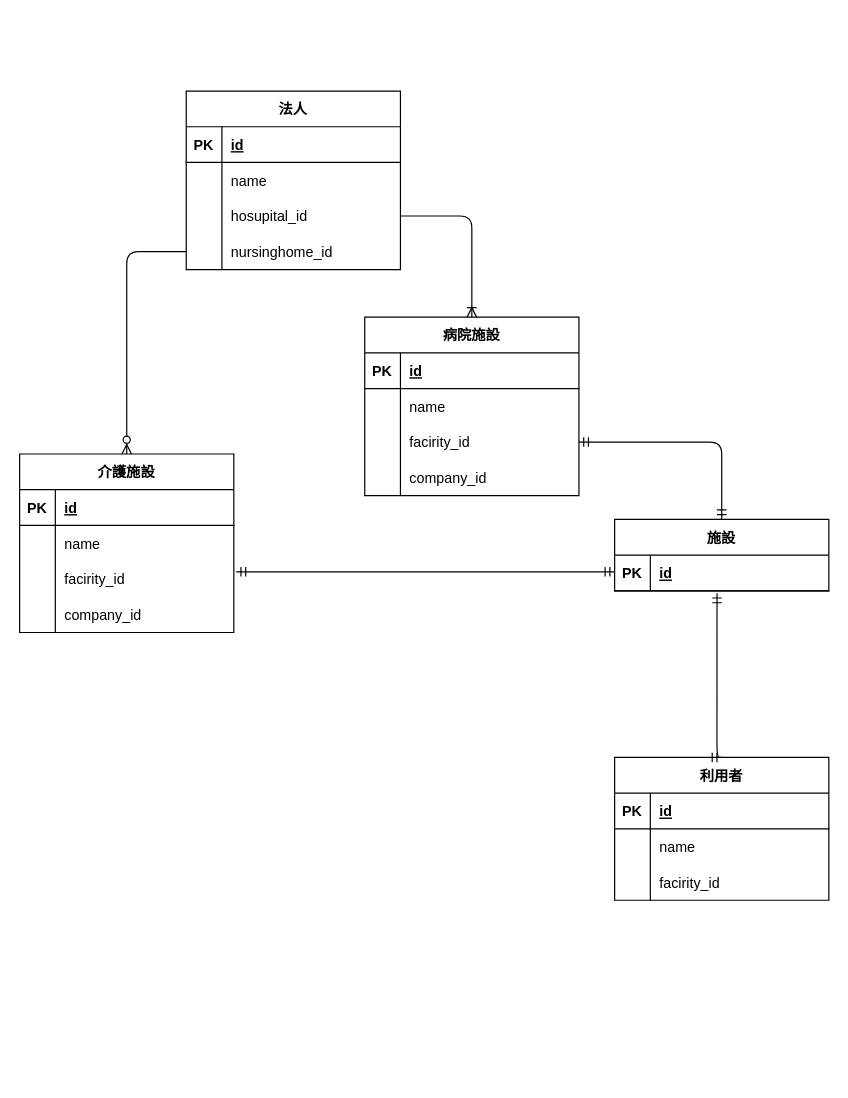
The draw.io diagram doc/er.drawio in naitoyuma3230/userflow-backend, before the edit. Source tidied: cells renumbered, new cells numbered last; positions are measured from the earlier drawing's top-left corner, leaving out a move shared by most shapes. Both pictures are drawn from the tidied source at 119%, with x=0, y=0 at pixel (19, 90).
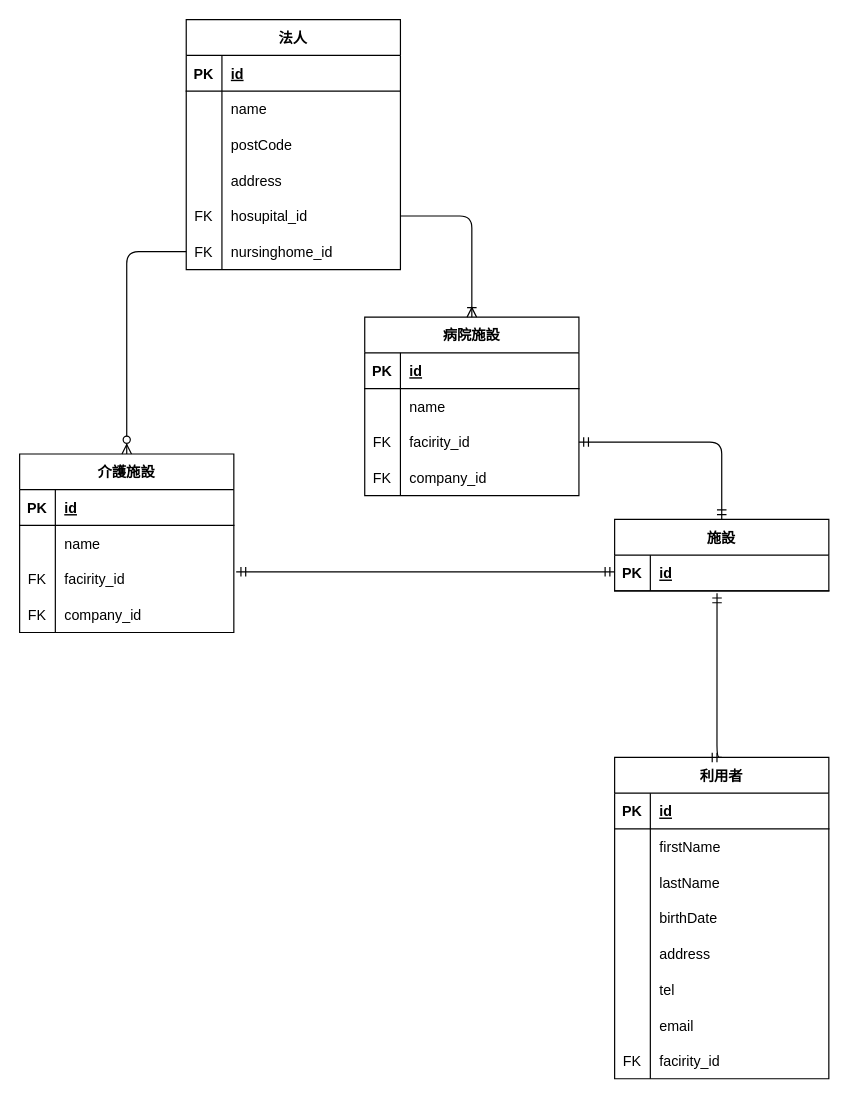
Above is the later version.

The change refers to these unchanged cells:
```xml
<mxCell id="9" style="shape=tableRow;horizontal=0;startSize=0;swimlaneHead=0;swimlaneBody=0;fillColor=none;points=[[0,0.5],[1,0.5]];portConstraint=eastwest;top=0;left=0;right=0;bottom=0;" parent="2" vertex="1">
  <mxGeometry y="90" width="180" height="30" as="geometry" />
</mxCell>
<mxCell id="12" style="shape=tableRow;horizontal=0;startSize=0;swimlaneHead=0;swimlaneBody=0;fillColor=none;top=0;left=0;right=0;bottom=0;" parent="2" vertex="1">
  <mxGeometry y="120" width="180" height="30" as="geometry" />
</mxCell>
<mxCell id="35" style="shape=tableRow;horizontal=0;startSize=0;swimlaneHead=0;swimlaneBody=0;fillColor=none;points=[[0,0.5],[1,0.5]];portConstraint=eastwest;top=0;left=0;right=0;bottom=0;" parent="28" vertex="1">
  <mxGeometry y="90" width="180" height="30" as="geometry" />
</mxCell>
<mxCell id="38" style="shape=tableRow;horizontal=0;startSize=0;swimlaneHead=0;swimlaneBody=0;fillColor=none;top=0;left=0;right=0;bottom=0;" parent="28" vertex="1">
  <mxGeometry y="120" width="180" height="30" as="geometry" />
</mxCell>
<mxCell id="45" style="shape=tableRow;horizontal=0;startSize=0;swimlaneHead=0;swimlaneBody=0;fillColor=none;top=0;left=0;right=0;bottom=0;" parent="41" vertex="1">
  <mxGeometry y="60" width="180" height="30" as="geometry" />
</mxCell>
```

What changed in the source:
```diff
@@
-    <mxCell id="10" style="shape=partialRectangle;fillColor=none;top=0;left=0;bottom=0;right=0;overflow=hidden;" parent="9" vertex="1">
+    <mxCell id="10" value="FK" style="shape=partialRectangle;fillColor=none;top=0;left=0;bottom=0;right=0;overflow=hidden;" parent="9" vertex="1">
       <mxGeometry width="30" height="30" as="geometry" />
     </mxCell>
@@
-    <mxCell id="13" style="shape=partialRectangle;fillColor=none;top=0;left=0;bottom=0;right=0;overflow=hidden;" parent="12" vertex="1">
+    <mxCell id="13" value="FK" style="shape=partialRectangle;fillColor=none;top=0;left=0;bottom=0;right=0;overflow=hidden;" parent="12" vertex="1">
       <mxGeometry width="30" height="30" as="geometry" />
     </mxCell>
@@
     <mxCell id="15" value="法人" style="shape=table;startSize=30;childLayout=tableLayout;rowLines=0;fontStyle=1;align=center;" parent="1" vertex="1">
-      <mxGeometry x="140" width="180" height="150" as="geometry" />
+      <mxGeometry x="140" y="-60" width="180" height="210" as="geometry" />
     </mxCell>
@@
+    <mxCell id="60" style="shape=tableRow;horizontal=0;startSize=0;swimlaneHead=0;swimlaneBody=0;fillColor=none;top=0;left=0;right=0;bottom=0;" parent="15" vertex="1">
+      <mxGeometry y="90" width="180" height="30" as="geometry" />
+    </mxCell>
+    <mxCell id="61" style="shape=partialRectangle;fillColor=none;top=0;left=0;bottom=0;right=0;overflow=hidden;" parent="60" vertex="1">
+      <mxGeometry width="30" height="30" as="geometry" />
+    </mxCell>
+    <mxCell id="62" value="postCode" style="shape=partialRectangle;fillColor=none;top=0;left=0;bottom=0;right=0;align=left;spacingLeft=6;overflow=hidden;" parent="60" vertex="1">
+      <mxGeometry x="30" width="150" height="30" as="geometry" />
+    </mxCell>
+    <mxCell id="63" style="shape=tableRow;horizontal=0;startSize=0;swimlaneHead=0;swimlaneBody=0;fillColor=none;top=0;left=0;right=0;bottom=0;" parent="15" vertex="1">
+      <mxGeometry y="120" width="180" height="30" as="geometry" />
+    </mxCell>
+    <mxCell id="64" style="shape=partialRectangle;fillColor=none;top=0;left=0;bottom=0;right=0;overflow=hidden;" parent="63" vertex="1">
+      <mxGeometry width="30" height="30" as="geometry" />
+    </mxCell>
+    <mxCell id="65" value="address" style="shape=partialRectangle;fillColor=none;top=0;left=0;bottom=0;right=0;align=left;spacingLeft=6;overflow=hidden;" parent="63" vertex="1">
+      <mxGeometry x="30" width="150" height="30" as="geometry" />
+    </mxCell>
     <mxCell id="22" style="shape=tableRow;horizontal=0;startSize=0;swimlaneHead=0;swimlaneBody=0;fillColor=none;points=[[0,0.5],[1,0.5]];portConstraint=eastwest;top=0;left=0;right=0;bottom=0;" parent="15" vertex="1">
-      <mxGeometry y="90" width="180" height="30" as="geometry" />
+      <mxGeometry y="150" width="180" height="30" as="geometry" />
     </mxCell>
-    <mxCell id="23" style="shape=partialRectangle;fillColor=none;top=0;left=0;bottom=0;right=0;overflow=hidden;" parent="22" vertex="1">
+    <mxCell id="23" value="FK" style="shape=partialRectangle;fillColor=none;top=0;left=0;bottom=0;right=0;overflow=hidden;" parent="22" vertex="1">
       <mxGeometry width="30" height="30" as="geometry" />
     </mxCell>
@@
     <mxCell id="25" style="shape=tableRow;horizontal=0;startSize=0;swimlaneHead=0;swimlaneBody=0;fillColor=none;points=[[0,0.5],[1,0.5]];portConstraint=eastwest;top=0;left=0;right=0;bottom=0;" parent="15" vertex="1">
-      <mxGeometry y="120" width="180" height="30" as="geometry" />
+      <mxGeometry y="180" width="180" height="30" as="geometry" />
     </mxCell>
-    <mxCell id="26" style="shape=partialRectangle;fillColor=none;top=0;left=0;bottom=0;right=0;overflow=hidden;" parent="25" vertex="1">
+    <mxCell id="26" value="FK" style="shape=partialRectangle;fillColor=none;top=0;left=0;bottom=0;right=0;overflow=hidden;" parent="25" vertex="1">
       <mxGeometry width="30" height="30" as="geometry" />
     </mxCell>
@@
-    <mxCell id="36" style="shape=partialRectangle;fillColor=none;top=0;left=0;bottom=0;right=0;overflow=hidden;" parent="35" vertex="1">
+    <mxCell id="36" value="FK" style="shape=partialRectangle;fillColor=none;top=0;left=0;bottom=0;right=0;overflow=hidden;" parent="35" vertex="1">
       <mxGeometry width="30" height="30" as="geometry" />
     </mxCell>
@@
-    <mxCell id="39" style="shape=partialRectangle;fillColor=none;top=0;left=0;bottom=0;right=0;overflow=hidden;" parent="38" vertex="1">
+    <mxCell id="39" value="FK" style="shape=partialRectangle;fillColor=none;top=0;left=0;bottom=0;right=0;overflow=hidden;" parent="38" vertex="1">
       <mxGeometry width="30" height="30" as="geometry" />
     </mxCell>
@@
     <mxCell id="41" value="利用者" style="shape=table;startSize=30;childLayout=tableLayout;rowLines=0;fontStyle=1;align=center;" parent="1" vertex="1">
-      <mxGeometry x="500" y="560" width="180" height="120" as="geometry" />
+      <mxGeometry x="500" y="560" width="180" height="270" as="geometry" />
     </mxCell>
@@
-    <mxCell id="47" value="name" style="shape=partialRectangle;fillColor=none;top=0;left=0;bottom=0;right=0;align=left;spacingLeft=6;overflow=hidden;" parent="45" vertex="1">
+    <mxCell id="47" value="firstName" style="shape=partialRectangle;fillColor=none;top=0;left=0;bottom=0;right=0;align=left;spacingLeft=6;overflow=hidden;" parent="45" vertex="1">
       <mxGeometry x="30" width="150" height="30" as="geometry" />
     </mxCell>
+    <mxCell id="66" style="shape=tableRow;horizontal=0;startSize=0;swimlaneHead=0;swimlaneBody=0;fillColor=none;top=0;left=0;right=0;bottom=0;" parent="41" vertex="1">
+      <mxGeometry y="90" width="180" height="30" as="geometry" />
+    </mxCell>
+    <mxCell id="67" style="shape=partialRectangle;fillColor=none;top=0;left=0;bottom=0;right=0;overflow=hidden;" parent="66" vertex="1">
+      <mxGeometry width="30" height="30" as="geometry" />
+    </mxCell>
+    <mxCell id="68" value="lastName" style="shape=partialRectangle;fillColor=none;top=0;left=0;bottom=0;right=0;align=left;spacingLeft=6;overflow=hidden;" parent="66" vertex="1">
+      <mxGeometry x="30" width="150" height="30" as="geometry" />
+    </mxCell>
+    <mxCell id="69" style="shape=tableRow;horizontal=0;startSize=0;swimlaneHead=0;swimlaneBody=0;fillColor=none;top=0;left=0;right=0;bottom=0;" parent="41" vertex="1">
+      <mxGeometry y="120" width="180" height="30" as="geometry" />
+    </mxCell>
+    <mxCell id="70" style="shape=partialRectangle;fillColor=none;top=0;left=0;bottom=0;right=0;overflow=hidden;" parent="69" vertex="1">
+      <mxGeometry width="30" height="30" as="geometry" />
+    </mxCell>
+    <mxCell id="71" value="birthDate" style="shape=partialRectangle;fillColor=none;top=0;left=0;bottom=0;right=0;align=left;spacingLeft=6;overflow=hidden;" parent="69" vertex="1">
+      <mxGeometry x="30" width="150" height="30" as="geometry" />
+    </mxCell>
+    <mxCell id="72" style="shape=tableRow;horizontal=0;startSize=0;swimlaneHead=0;swimlaneBody=0;fillColor=none;top=0;left=0;right=0;bottom=0;" parent="41" vertex="1">
+      <mxGeometry y="150" width="180" height="30" as="geometry" />
+    </mxCell>
+    <mxCell id="73" style="shape=partialRectangle;fillColor=none;top=0;left=0;bottom=0;right=0;overflow=hidden;" parent="72" vertex="1">
+      <mxGeometry width="30" height="30" as="geometry" />
+    </mxCell>
+    <mxCell id="74" value="address" style="shape=partialRectangle;fillColor=none;top=0;left=0;bottom=0;right=0;align=left;spacingLeft=6;overflow=hidden;" parent="72" vertex="1">
+      <mxGeometry x="30" width="150" height="30" as="geometry" />
+    </mxCell>
+    <mxCell id="75" style="shape=tableRow;horizontal=0;startSize=0;swimlaneHead=0;swimlaneBody=0;fillColor=none;top=0;left=0;right=0;bottom=0;" parent="41" vertex="1">
+      <mxGeometry y="180" width="180" height="30" as="geometry" />
+    </mxCell>
+    <mxCell id="76" style="shape=partialRectangle;fillColor=none;top=0;left=0;bottom=0;right=0;overflow=hidden;" parent="75" vertex="1">
+      <mxGeometry width="30" height="30" as="geometry" />
+    </mxCell>
+    <mxCell id="77" value="tel" style="shape=partialRectangle;fillColor=none;top=0;left=0;bottom=0;right=0;align=left;spacingLeft=6;overflow=hidden;" parent="75" vertex="1">
+      <mxGeometry x="30" width="150" height="30" as="geometry" />
+    </mxCell>
+    <mxCell id="78" style="shape=tableRow;horizontal=0;startSize=0;swimlaneHead=0;swimlaneBody=0;fillColor=none;top=0;left=0;right=0;bottom=0;" parent="41" vertex="1">
+      <mxGeometry y="210" width="180" height="30" as="geometry" />
+    </mxCell>
+    <mxCell id="79" style="shape=partialRectangle;fillColor=none;top=0;left=0;bottom=0;right=0;overflow=hidden;" parent="78" vertex="1">
+      <mxGeometry width="30" height="30" as="geometry" />
+    </mxCell>
+    <mxCell id="80" value="email" style="shape=partialRectangle;fillColor=none;top=0;left=0;bottom=0;right=0;align=left;spacingLeft=6;overflow=hidden;" parent="78" vertex="1">
+      <mxGeometry x="30" width="150" height="30" as="geometry" />
+    </mxCell>
     <mxCell id="48" style="shape=tableRow;horizontal=0;startSize=0;swimlaneHead=0;swimlaneBody=0;fillColor=none;top=0;left=0;right=0;bottom=0;" parent="41" vertex="1">
-      <mxGeometry y="90" width="180" height="30" as="geometry" />
+      <mxGeometry y="240" width="180" height="30" as="geometry" />
     </mxCell>
-    <mxCell id="49" style="shape=partialRectangle;fillColor=none;top=0;left=0;bottom=0;right=0;overflow=hidden;" parent="48" vertex="1">
+    <mxCell id="49" value="FK" style="shape=partialRectangle;fillColor=none;top=0;left=0;bottom=0;right=0;overflow=hidden;" parent="48" vertex="1">
       <mxGeometry width="30" height="30" as="geometry" />
     </mxCell>
```
